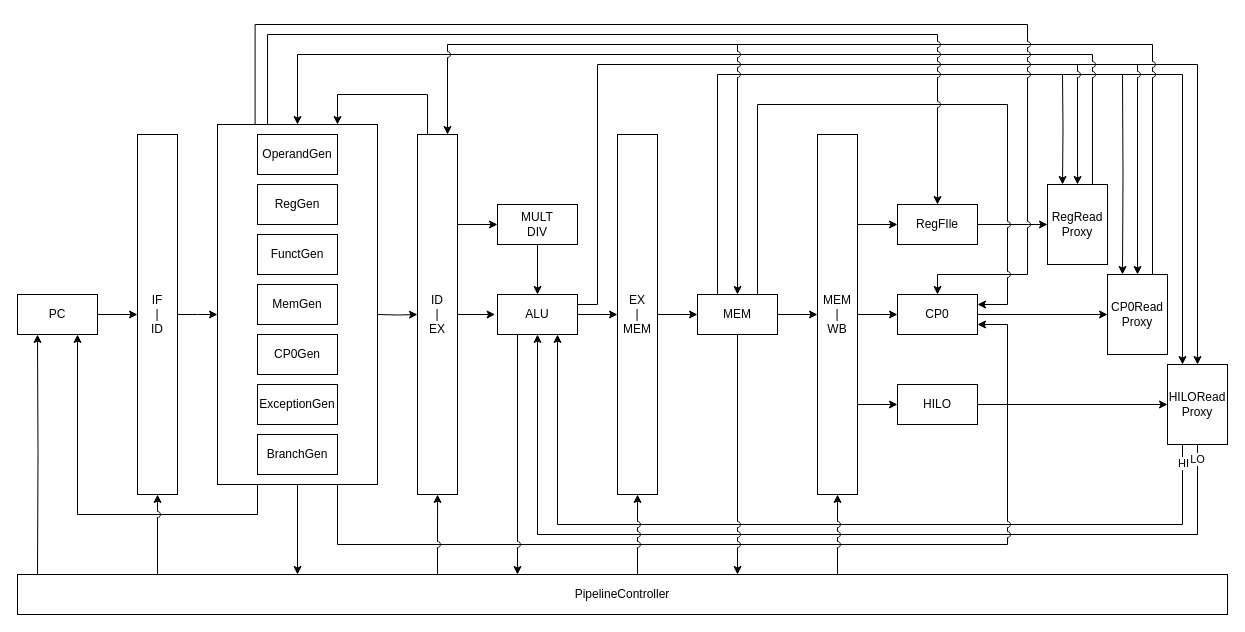
The draw.io diagram CS/ExternMIPS/数据移动指令/MTHI.drawio in umiskky/Diagrams, before the edit. Source tidied: cells renumbered, new cells numbered last; positions are measured from the earlier drawing's top-left corner, leaving out a move shared by most shapes. Both pictures are drawn from the tidied source at 100%, with x=0, y=0 at pixel (17, 24).
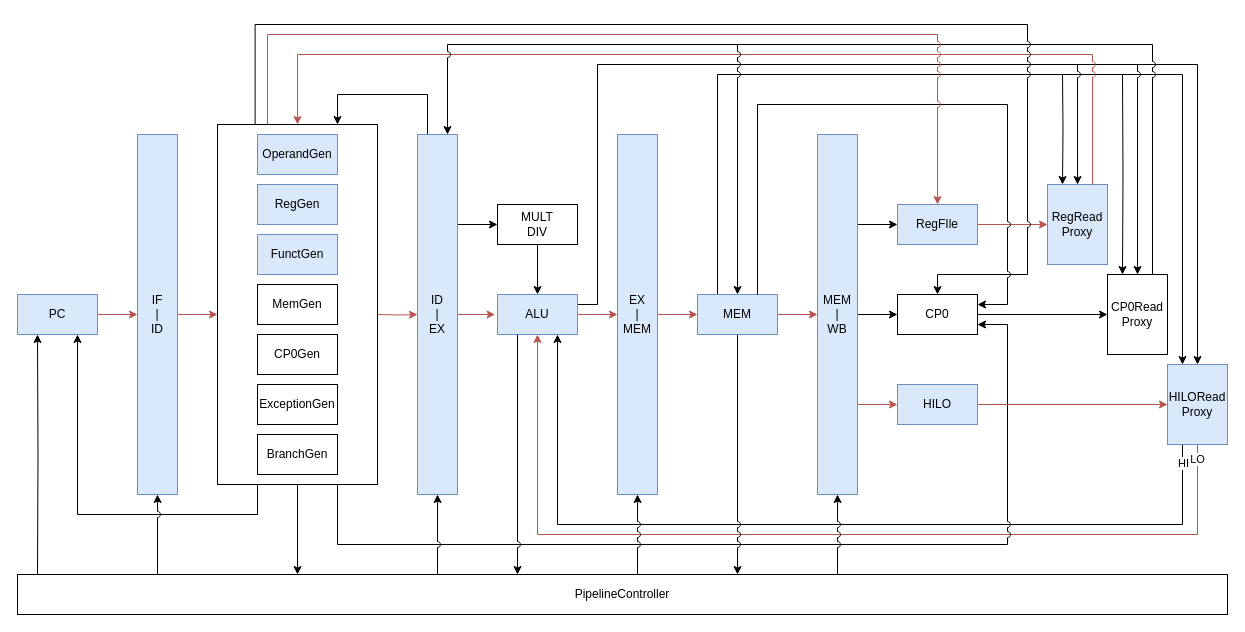
The same page after the edit.

The change refers to these unchanged cells:
```xml
<mxCell id="60" value="&lt;blockquote style=&quot;margin: 0 0 0 40px ; border: none ; padding: 0px&quot;&gt;&lt;/blockquote&gt;" style="rounded=0;whiteSpace=wrap;html=1;align=left;" parent="1" vertex="1">
  <mxGeometry x="200" y="100" width="160" height="360" as="geometry" />
</mxCell>
```

The edit, as a diff of the source:
```diff
@@
-    <mxCell id="6" style="edgeStyle=orthogonalEdgeStyle;rounded=0;jettySize=auto;html=1;exitX=0.5;exitY=1;exitDx=0;exitDy=0;entryX=0.5;entryY=1;entryDx=0;entryDy=0;" parent="1" edge="1" source="54" target="40">
+    <mxCell id="6" style="edgeStyle=orthogonalEdgeStyle;rounded=0;jettySize=auto;html=1;exitX=0.5;exitY=1;exitDx=0;exitDy=0;entryX=0.5;entryY=1;entryDx=0;entryDy=0;fillColor=#f8cecc;strokeColor=#b85450;" parent="1" edge="1" source="54" target="40">
       <mxGeometry relative="1" as="geometry">
         <Array as="points">
           <mxPoint x="1180" y="510" />
           <mxPoint x="520" y="510" />
         </Array>
       </mxGeometry>
     </mxCell>
@@
-    <mxCell id="15" style="edgeStyle=orthogonalEdgeStyle;rounded=0;jettySize=auto;html=1;exitX=1;exitY=0.5;exitDx=0;exitDy=0;" parent="1" edge="1" source="17" target="20">
+    <mxCell id="15" style="edgeStyle=orthogonalEdgeStyle;rounded=0;jettySize=auto;html=1;exitX=1;exitY=0.5;exitDx=0;exitDy=0;fillColor=#f8cecc;strokeColor=#b85450;" parent="1" edge="1" source="17" target="20">
       <mxGeometry relative="1" as="geometry" />
     </mxCell>
@@
-    <mxCell id="17" value="PC" style="rounded=0;whiteSpace=wrap;html=1;" parent="1" vertex="1">
+    <mxCell id="17" value="PC" style="rounded=0;whiteSpace=wrap;html=1;fillColor=#dae8fc;strokeColor=#6c8ebf;" parent="1" vertex="1">
       <mxGeometry y="270" width="80" height="40" as="geometry" />
     </mxCell>
-    <mxCell id="18" style="edgeStyle=orthogonalEdgeStyle;rounded=0;jettySize=auto;html=1;exitX=1;exitY=0.5;exitDx=0;exitDy=0;entryX=0;entryY=0.5;entryDx=0;entryDy=0;" parent="1" edge="1" source="20">
+    <mxCell id="18" style="edgeStyle=orthogonalEdgeStyle;rounded=0;jettySize=auto;html=1;exitX=1;exitY=0.5;exitDx=0;exitDy=0;entryX=0;entryY=0.5;entryDx=0;entryDy=0;fillColor=#f8cecc;strokeColor=#b85450;" parent="1" edge="1" source="20">
       <mxGeometry relative="1" as="geometry">
         <mxPoint x="200" y="290" as="targetPoint" />
       </mxGeometry>
     </mxCell>
@@
-    <mxCell id="20" value="IF&lt;br&gt;|&lt;br&gt;ID" style="rounded=0;whiteSpace=wrap;html=1;" parent="1" vertex="1">
+    <mxCell id="20" value="IF&lt;br&gt;|&lt;br&gt;ID" style="rounded=0;whiteSpace=wrap;html=1;fillColor=#dae8fc;strokeColor=#6c8ebf;" parent="1" vertex="1">
       <mxGeometry x="120" y="110" width="40" height="360" as="geometry" />
     </mxCell>
@@
-    <mxCell id="22" style="edgeStyle=orthogonalEdgeStyle;rounded=0;jettySize=auto;html=1;exitX=1;exitY=0.5;exitDx=0;exitDy=0;entryX=-0.03;entryY=0.482;entryDx=0;entryDy=0;entryPerimeter=0;" parent="1" edge="1" source="25" target="40">
+    <mxCell id="22" style="edgeStyle=orthogonalEdgeStyle;rounded=0;jettySize=auto;html=1;exitX=1;exitY=0.5;exitDx=0;exitDy=0;entryX=-0.03;entryY=0.482;entryDx=0;entryDy=0;entryPerimeter=0;fillColor=#f8cecc;strokeColor=#b85450;" parent="1" edge="1" source="25" target="40">
       <mxGeometry relative="1" as="geometry" />
     </mxCell>
@@
-    <mxCell id="25" value="ID&lt;br&gt;|&lt;br&gt;EX" style="rounded=0;whiteSpace=wrap;html=1;" parent="1" vertex="1">
+    <mxCell id="25" value="ID&lt;br&gt;|&lt;br&gt;EX" style="rounded=0;whiteSpace=wrap;html=1;fillColor=#dae8fc;strokeColor=#6c8ebf;" parent="1" vertex="1">
       <mxGeometry x="400" y="110" width="40" height="360" as="geometry" />
     </mxCell>
-    <mxCell id="26" style="edgeStyle=orthogonalEdgeStyle;rounded=0;jettySize=auto;html=1;exitX=1;exitY=0.5;exitDx=0;exitDy=0;entryX=0;entryY=0.5;entryDx=0;entryDy=0;" parent="1" edge="1" source="28" target="43">
+    <mxCell id="26" style="edgeStyle=orthogonalEdgeStyle;rounded=0;jettySize=auto;html=1;exitX=1;exitY=0.5;exitDx=0;exitDy=0;entryX=0;entryY=0.5;entryDx=0;entryDy=0;fillColor=#f8cecc;strokeColor=#b85450;" parent="1" edge="1" source="28" target="43">
       <mxGeometry relative="1" as="geometry" />
     </mxCell>
@@
-    <mxCell id="28" value="EX&lt;br&gt;|&lt;br&gt;MEM" style="rounded=0;whiteSpace=wrap;html=1;" parent="1" vertex="1">
+    <mxCell id="28" value="EX&lt;br&gt;|&lt;br&gt;MEM" style="rounded=0;whiteSpace=wrap;html=1;fillColor=#dae8fc;strokeColor=#6c8ebf;" parent="1" vertex="1">
       <mxGeometry x="600" y="110" width="40" height="360" as="geometry" />
     </mxCell>
@@
-    <mxCell id="31" style="edgeStyle=orthogonalEdgeStyle;rounded=0;jettySize=auto;html=1;exitX=1;exitY=0.75;exitDx=0;exitDy=0;entryX=0;entryY=0.5;entryDx=0;entryDy=0;" parent="1" edge="1" source="33" target="49">
+    <mxCell id="31" style="edgeStyle=orthogonalEdgeStyle;rounded=0;jettySize=auto;html=1;exitX=1;exitY=0.75;exitDx=0;exitDy=0;entryX=0;entryY=0.5;entryDx=0;entryDy=0;fillColor=#f8cecc;strokeColor=#b85450;" parent="1" edge="1" source="33" target="49">
       <mxGeometry relative="1" as="geometry" />
     </mxCell>
@@
-    <mxCell id="33" value="MEM&lt;br&gt;|&lt;br&gt;WB" style="rounded=0;whiteSpace=wrap;html=1;" parent="1" vertex="1">
+    <mxCell id="33" value="MEM&lt;br&gt;|&lt;br&gt;WB" style="rounded=0;whiteSpace=wrap;html=1;fillColor=#dae8fc;strokeColor=#6c8ebf;" parent="1" vertex="1">
       <mxGeometry x="800" y="110" width="40" height="360" as="geometry" />
     </mxCell>
-    <mxCell id="34" style="edgeStyle=orthogonalEdgeStyle;rounded=0;jettySize=auto;html=1;exitX=1;exitY=0.5;exitDx=0;exitDy=0;entryX=0;entryY=0.5;entryDx=0;entryDy=0;" parent="1" edge="1" target="25">
+    <mxCell id="34" style="edgeStyle=orthogonalEdgeStyle;rounded=0;jettySize=auto;html=1;exitX=1;exitY=0.5;exitDx=0;exitDy=0;entryX=0;entryY=0.5;entryDx=0;entryDy=0;fillColor=#f8cecc;strokeColor=#b85450;" parent="1" edge="1" target="25">
       <mxGeometry relative="1" as="geometry">
         <mxPoint x="360" y="290" as="sourcePoint" />
       </mxGeometry>
     </mxCell>
@@
-    <mxCell id="38" style="edgeStyle=orthogonalEdgeStyle;rounded=0;jettySize=auto;html=1;exitX=1;exitY=0.5;exitDx=0;exitDy=0;entryX=0;entryY=0.5;entryDx=0;entryDy=0;" parent="1" edge="1" source="40" target="28">
+    <mxCell id="38" style="edgeStyle=orthogonalEdgeStyle;rounded=0;jettySize=auto;html=1;exitX=1;exitY=0.5;exitDx=0;exitDy=0;entryX=0;entryY=0.5;entryDx=0;entryDy=0;fillColor=#f8cecc;strokeColor=#b85450;" parent="1" edge="1" source="40" target="28">
       <mxGeometry relative="1" as="geometry" />
     </mxCell>
@@
-    <mxCell id="40" value="ALU" style="rounded=0;whiteSpace=wrap;html=1;" parent="1" vertex="1">
+    <mxCell id="40" value="ALU" style="rounded=0;whiteSpace=wrap;html=1;fillColor=#dae8fc;strokeColor=#6c8ebf;" parent="1" vertex="1">
       <mxGeometry x="480" y="270" width="80" height="40" as="geometry" />
     </mxCell>
-    <mxCell id="41" style="edgeStyle=orthogonalEdgeStyle;rounded=0;jettySize=auto;html=1;exitX=1;exitY=0.5;exitDx=0;exitDy=0;entryX=0;entryY=0.5;entryDx=0;entryDy=0;" parent="1" edge="1" source="43" target="33">
+    <mxCell id="41" style="edgeStyle=orthogonalEdgeStyle;rounded=0;jettySize=auto;html=1;exitX=1;exitY=0.5;exitDx=0;exitDy=0;entryX=0;entryY=0.5;entryDx=0;entryDy=0;fillColor=#f8cecc;strokeColor=#b85450;" parent="1" edge="1" source="43" target="33">
       <mxGeometry relative="1" as="geometry" />
     </mxCell>
@@
-    <mxCell id="43" value="MEM" style="rounded=0;whiteSpace=wrap;html=1;" parent="1" vertex="1">
+    <mxCell id="43" value="MEM" style="rounded=0;whiteSpace=wrap;html=1;fillColor=#dae8fc;strokeColor=#6c8ebf;" parent="1" vertex="1">
       <mxGeometry x="680" y="270" width="80" height="40" as="geometry" />
     </mxCell>
-    <mxCell id="44" style="edgeStyle=orthogonalEdgeStyle;rounded=0;jettySize=auto;html=1;exitX=1;exitY=0.5;exitDx=0;exitDy=0;entryX=0;entryY=0.5;entryDx=0;entryDy=0;" parent="1" edge="1" source="45" target="51">
+    <mxCell id="44" style="edgeStyle=orthogonalEdgeStyle;rounded=0;jettySize=auto;html=1;exitX=1;exitY=0.5;exitDx=0;exitDy=0;entryX=0;entryY=0.5;entryDx=0;entryDy=0;fillColor=#f8cecc;strokeColor=#b85450;" parent="1" edge="1" source="45" target="51">
       <mxGeometry relative="1" as="geometry" />
     </mxCell>
-    <mxCell id="45" value="RegFIle" style="rounded=0;whiteSpace=wrap;html=1;" parent="1" vertex="1">
+    <mxCell id="45" value="RegFIle" style="rounded=0;whiteSpace=wrap;html=1;fillColor=#dae8fc;strokeColor=#6c8ebf;" parent="1" vertex="1">
       <mxGeometry x="880" y="180" width="80" height="40" as="geometry" />
     </mxCell>
@@
-    <mxCell id="48" style="edgeStyle=orthogonalEdgeStyle;rounded=0;jettySize=auto;html=1;exitX=1;exitY=0.5;exitDx=0;exitDy=0;entryX=0;entryY=0.5;entryDx=0;entryDy=0;" parent="1" edge="1" source="49" target="54">
+    <mxCell id="48" style="edgeStyle=orthogonalEdgeStyle;rounded=0;jettySize=auto;html=1;exitX=1;exitY=0.5;exitDx=0;exitDy=0;entryX=0;entryY=0.5;entryDx=0;entryDy=0;fillColor=#f8cecc;strokeColor=#b85450;" parent="1" edge="1" source="49" target="54">
       <mxGeometry relative="1" as="geometry" />
     </mxCell>
-    <mxCell id="49" value="HILO" style="rounded=0;whiteSpace=wrap;html=1;" parent="1" vertex="1">
+    <mxCell id="49" value="HILO" style="rounded=0;whiteSpace=wrap;html=1;fillColor=#dae8fc;strokeColor=#6c8ebf;" parent="1" vertex="1">
       <mxGeometry x="880" y="360" width="80" height="40" as="geometry" />
     </mxCell>
@@
-    <mxCell id="51" value="RegRead&lt;br&gt;Proxy" style="rounded=0;whiteSpace=wrap;html=1;" parent="1" vertex="1">
+    <mxCell id="51" value="RegRead&lt;br&gt;Proxy" style="rounded=0;whiteSpace=wrap;html=1;fillColor=#dae8fc;strokeColor=#6c8ebf;" parent="1" vertex="1">
       <mxGeometry x="1030" y="160" width="60" height="80" as="geometry" />
     </mxCell>
@@
-    <mxCell id="54" value="HILORead&lt;br&gt;Proxy" style="rounded=0;whiteSpace=wrap;html=1;" parent="1" vertex="1">
+    <mxCell id="54" value="HILORead&lt;br&gt;Proxy" style="rounded=0;whiteSpace=wrap;html=1;fillColor=#dae8fc;strokeColor=#6c8ebf;" parent="1" vertex="1">
       <mxGeometry x="1150" y="340" width="60" height="80" as="geometry" />
     </mxCell>
@@
-    <mxCell id="57" style="edgeStyle=orthogonalEdgeStyle;rounded=0;jettySize=auto;html=1;exitX=0.75;exitY=0;exitDx=0;exitDy=0;jumpStyle=arc;entryX=0.5;entryY=0;entryDx=0;entryDy=0;" parent="1" edge="1" source="51" target="60">
+    <mxCell id="57" style="edgeStyle=orthogonalEdgeStyle;rounded=0;jettySize=auto;html=1;exitX=0.75;exitY=0;exitDx=0;exitDy=0;jumpStyle=arc;entryX=0.5;entryY=0;entryDx=0;entryDy=0;fillColor=#f8cecc;strokeColor=#b85450;" parent="1" edge="1" source="51" target="60">
       <mxGeometry relative="1" as="geometry">
         <Array as="points">
           <mxPoint x="1075" y="30" />
           <mxPoint x="280" y="30" />
         </Array>
       </mxGeometry>
     </mxCell>
@@
-    <mxCell id="61" value="OperandGen" style="rounded=0;whiteSpace=wrap;html=1;" parent="1" vertex="1">
+    <mxCell id="61" value="OperandGen" style="rounded=0;whiteSpace=wrap;html=1;fillColor=#dae8fc;strokeColor=#6c8ebf;" parent="1" vertex="1">
       <mxGeometry x="240" y="110" width="80" height="40" as="geometry" />
     </mxCell>
@@
-    <mxCell id="64" value="FunctGen" style="rounded=0;whiteSpace=wrap;html=1;" parent="1" vertex="1">
+    <mxCell id="64" value="FunctGen" style="rounded=0;whiteSpace=wrap;html=1;fillColor=#dae8fc;strokeColor=#6c8ebf;" parent="1" vertex="1">
       <mxGeometry x="240" y="210" width="80" height="40" as="geometry" />
     </mxCell>
@@
-    <mxCell id="67" value="RegGen" style="rounded=0;whiteSpace=wrap;html=1;" parent="1" vertex="1">
+    <mxCell id="67" value="RegGen" style="rounded=0;whiteSpace=wrap;html=1;fillColor=#dae8fc;strokeColor=#6c8ebf;" parent="1" vertex="1">
       <mxGeometry x="240" y="160" width="80" height="40" as="geometry" />
     </mxCell>
@@
-    <mxCell id="72" style="edgeStyle=orthogonalEdgeStyle;rounded=0;jumpStyle=arc;jettySize=auto;html=1;entryX=0.5;entryY=0;entryDx=0;entryDy=0;endFill=1;" parent="1" edge="1" target="45">
+    <mxCell id="72" style="edgeStyle=orthogonalEdgeStyle;rounded=0;jumpStyle=arc;jettySize=auto;html=1;entryX=0.5;entryY=0;entryDx=0;entryDy=0;endFill=1;fillColor=#f8cecc;strokeColor=#b85450;" parent="1" edge="1" target="45">
       <mxGeometry relative="1" as="geometry">
         <mxPoint x="250" y="100" as="sourcePoint" />
         <Array as="points">
           <mxPoint x="250" y="100" />
           <mxPoint x="250" y="10" />
           <mxPoint x="920" y="10" />
         </Array>
       </mxGeometry>
     </mxCell>
```
